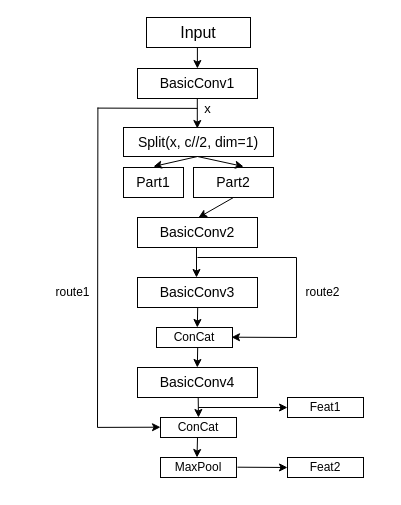
The draw.io diagram yolo-tiny_resblock.drawio in zjie134/blog_pic, before the edit. Source tidied: cells renumbered, new cells numbered last; positions are measured from the earlier drawing's top-left corner, leaving out a move shared by most shapes. Both pictures are drawn from the tidied source at 100%, with x=0, y=0 at pixel (47, 17).
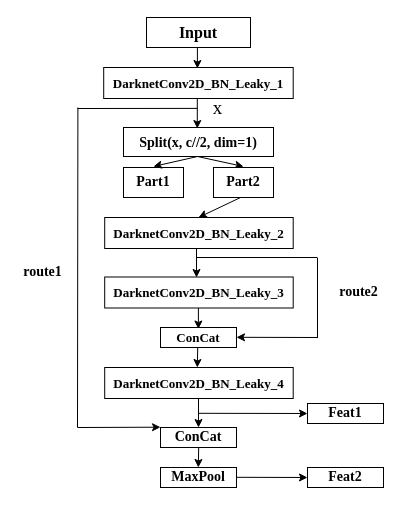
Above is the later version.

The edit, as a diff of the source:
```diff
@@
-    <mxCell id="2" value="&lt;font style=&quot;font-size: 16px&quot;&gt;Input&lt;/font&gt;" style="rounded=0;whiteSpace=wrap;html=1;" parent="1" vertex="1">
+    <mxCell id="2" value="&lt;font style=&quot;font-size: 16px&quot; face=&quot;Times New Roman&quot;&gt;&lt;b&gt;Input&lt;/b&gt;&lt;/font&gt;" style="rounded=0;whiteSpace=wrap;html=1;" parent="1" vertex="1">
       <mxGeometry x="99" width="104" height="30" as="geometry" />
     </mxCell>
-    <mxCell id="3" value="&lt;font style=&quot;font-size: 14px&quot;&gt;BasicConv1&lt;/font&gt;" style="rounded=0;whiteSpace=wrap;html=1;" parent="1" vertex="1">
-      <mxGeometry x="90" y="51" width="120" height="30" as="geometry" />
-    </mxCell>
@@
-    <mxCell id="5" value="&lt;font style=&quot;font-size: 14px&quot;&gt;BasicConv2&lt;/font&gt;" style="rounded=0;whiteSpace=wrap;html=1;" parent="1" vertex="1">
-      <mxGeometry x="90" y="200" width="120" height="30" as="geometry" />
-    </mxCell>
-    <mxCell id="6" value="&lt;span style=&quot;font-size: 14px&quot;&gt;Split(x, c//2, dim=1)&lt;/span&gt;" style="rounded=0;whiteSpace=wrap;html=1;" parent="1" vertex="1">
+    <mxCell id="6" value="&lt;span style=&quot;font-size: 14px&quot;&gt;&lt;b&gt;&lt;font face=&quot;Times New Roman&quot;&gt;Split(x, c//2, dim=1)&lt;/font&gt;&lt;/b&gt;&lt;/span&gt;" style="rounded=0;whiteSpace=wrap;html=1;" parent="1" vertex="1">
       <mxGeometry x="76" y="110" width="150" height="29" as="geometry" />
     </mxCell>
-    <mxCell id="7" value="&lt;font style=&quot;font-size: 13px&quot;&gt;x&lt;/font&gt;" style="text;html=1;align=center;verticalAlign=middle;fillColor=none;strokeColor=none;rounded=0;" parent="1" vertex="1">
-      <mxGeometry x="150" y="81" width="20" height="20" as="geometry" />
+    <mxCell id="7" value="&lt;font style=&quot;font-size: 19px&quot; face=&quot;Times New Roman&quot;&gt;x&lt;/font&gt;" style="text;html=1;align=center;verticalAlign=middle;fillColor=none;strokeColor=none;rounded=0;" parent="1" vertex="1">
+      <mxGeometry x="155" y="81" width="30" height="20" as="geometry" />
     </mxCell>
     <mxCell id="8" style="endArrow=none;html=1;" parent="1" edge="1">
       <mxGeometry relative="1" as="geometry">
-        <mxPoint x="50" y="90.6" as="sourcePoint" />
+        <mxPoint x="30" y="91" as="sourcePoint" />
         <mxPoint x="150" y="90.9" as="targetPoint" />
       </mxGeometry>
     </mxCell>
-    <mxCell id="9" value="&lt;font style=&quot;font-size: 14px&quot;&gt;Part1&lt;/font&gt;" style="rounded=0;whiteSpace=wrap;html=1;" parent="1" vertex="1">
+    <mxCell id="9" value="&lt;font style=&quot;font-size: 14px&quot; face=&quot;Times New Roman&quot;&gt;&lt;b&gt;Part1&lt;/b&gt;&lt;/font&gt;" style="rounded=0;whiteSpace=wrap;html=1;" parent="1" vertex="1">
       <mxGeometry x="76" y="150" width="60" height="30" as="geometry" />
     </mxCell>
-    <mxCell id="10" value="&lt;font style=&quot;font-size: 14px&quot;&gt;Part2&lt;/font&gt;" style="rounded=0;whiteSpace=wrap;html=1;" parent="1" vertex="1">
-      <mxGeometry x="146" y="150" width="80" height="30" as="geometry" />
-    </mxCell>
@@
-    <mxCell id="14" style="endArrow=classic;html=1;exitX=0.5;exitY=1;exitDx=0;exitDy=0;" parent="1" edge="1" source="10">
+    <mxCell id="14" style="endArrow=classic;html=1;exitX=0.5;exitY=1;exitDx=0;exitDy=0;" parent="1" edge="1">
       <mxGeometry relative="1" as="geometry">
+        <mxPoint x="193" y="180" as="sourcePoint" />
         <mxPoint x="151" y="200" as="targetPoint" />
       </mxGeometry>
     </mxCell>
@@
     <mxCell id="16" style="endArrow=none;html=1;" parent="1" edge="1">
       <mxGeometry relative="1" as="geometry">
-        <mxPoint x="150" y="240" as="sourcePoint" />
-        <mxPoint x="249" y="240" as="targetPoint" />
+        <mxPoint x="149" y="240" as="sourcePoint" />
+        <mxPoint x="270" y="240" as="targetPoint" />
       </mxGeometry>
     </mxCell>
-    <mxCell id="17" value="route1" style="text;html=1;align=center;verticalAlign=middle;fillColor=none;strokeColor=none;rounded=0;" parent="1" vertex="1">
-      <mxGeometry y="265" width="50" height="20" as="geometry" />
+    <mxCell id="17" value="&lt;font face=&quot;Times New Roman&quot; size=&quot;1&quot;&gt;&lt;b style=&quot;font-size: 14px&quot;&gt;route1&lt;/b&gt;&lt;/font&gt;" style="text;html=1;align=center;verticalAlign=middle;fillColor=none;strokeColor=none;rounded=0;" parent="1" vertex="1">
+      <mxGeometry x="-30" y="245" width="50" height="20" as="geometry" />
     </mxCell>
-    <mxCell id="18" value="&lt;font style=&quot;font-size: 14px&quot;&gt;BasicConv3&lt;/font&gt;" style="rounded=0;whiteSpace=wrap;html=1;" parent="1" vertex="1">
-      <mxGeometry x="90" y="260" width="120" height="30" as="geometry" />
-    </mxCell>
-    <mxCell id="19" style="endArrow=classic;html=1;" parent="1" edge="1">
-      <mxGeometry relative="1" as="geometry">
-        <mxPoint x="150.2" y="290" as="sourcePoint" />
-        <mxPoint x="149.8" y="310" as="targetPoint" />
-      </mxGeometry>
-    </mxCell>
-    <mxCell id="20" value="&lt;font style=&quot;font-size: 12px&quot;&gt;ConCat&lt;/font&gt;" style="rounded=0;whiteSpace=wrap;html=1;" parent="1" vertex="1">
-      <mxGeometry x="109" y="310" width="76" height="20" as="geometry" />
+    <mxCell id="20" value="&lt;font face=&quot;Times New Roman&quot; size=&quot;1&quot;&gt;&lt;b style=&quot;font-size: 13px&quot;&gt;ConCat&lt;/b&gt;&lt;/font&gt;" style="rounded=0;whiteSpace=wrap;html=1;" parent="1" vertex="1">
+      <mxGeometry x="113" y="310" width="76" height="20" as="geometry" />
     </mxCell>
     <mxCell id="21" style="endArrow=none;html=1;" parent="1" edge="1">
       <mxGeometry relative="1" as="geometry">
-        <mxPoint x="249" y="320" as="sourcePoint" />
-        <mxPoint x="249" y="240" as="targetPoint" />
+        <mxPoint x="270" y="320.5" as="sourcePoint" />
+        <mxPoint x="270" y="240.5" as="targetPoint" />
       </mxGeometry>
     </mxCell>
     <mxCell id="22" style="endArrow=classic;html=1;" parent="1" edge="1">
       <mxGeometry relative="1" as="geometry">
-        <mxPoint x="50" y="409.9" as="sourcePoint" />
+        <mxPoint x="30" y="410" as="sourcePoint" />
         <mxPoint x="113" y="409.7" as="targetPoint" />
         <Array as="points">
           <mxPoint x="113" y="409.7" />
         </Array>
       </mxGeometry>
     </mxCell>
-    <mxCell id="23" value="&lt;font style=&quot;font-size: 14px&quot;&gt;BasicConv4&lt;/font&gt;" style="rounded=0;whiteSpace=wrap;html=1;" parent="1" vertex="1">
-      <mxGeometry x="90" y="350" width="120" height="30" as="geometry" />
-    </mxCell>
@@
-    <mxCell id="25" style="endArrow=classic;html=1;" parent="1" edge="1">
+    <mxCell id="25" style="endArrow=classic;html=1;entryX=0.5;entryY=0;entryDx=0;entryDy=0;" parent="1" edge="1" target="26">
       <mxGeometry relative="1" as="geometry">
-        <mxPoint x="150.7" y="380" as="sourcePoint" />
-        <mxPoint x="151" y="400" as="targetPoint" />
+        <mxPoint x="151" y="380" as="sourcePoint" />
       </mxGeometry>
     </mxCell>
-    <mxCell id="26" value="&lt;font style=&quot;font-size: 12px&quot;&gt;ConCat&lt;/font&gt;" style="rounded=0;whiteSpace=wrap;html=1;" parent="1" vertex="1">
-      <mxGeometry x="113" y="400" width="76" height="20" as="geometry" />
+    <mxCell id="26" value="&lt;font face=&quot;Times New Roman&quot; size=&quot;1&quot;&gt;&lt;b style=&quot;font-size: 14px&quot;&gt;ConCat&lt;/b&gt;&lt;/font&gt;" style="rounded=0;whiteSpace=wrap;html=1;" parent="1" vertex="1">
+      <mxGeometry x="113" y="410" width="76" height="20" as="geometry" />
     </mxCell>
     <mxCell id="27" style="endArrow=none;html=1;" parent="1" edge="1">
       <mxGeometry relative="1" as="geometry">
-        <mxPoint x="50" y="410" as="sourcePoint" />
-        <mxPoint x="50.4" y="90" as="targetPoint" />
+        <mxPoint x="30" y="410" as="sourcePoint" />
+        <mxPoint x="30.4" y="90" as="targetPoint" />
       </mxGeometry>
     </mxCell>
     <mxCell id="28" style="endArrow=classic;html=1;" parent="1" edge="1">
       <mxGeometry relative="1" as="geometry">
-        <mxPoint x="249" y="320" as="sourcePoint" />
-        <mxPoint x="184" y="319.7" as="targetPoint" />
+        <mxPoint x="270" y="320" as="sourcePoint" />
+        <mxPoint x="189" y="319.8" as="targetPoint" />
       </mxGeometry>
     </mxCell>
-    <mxCell id="29" value="route2" style="text;html=1;align=center;verticalAlign=middle;fillColor=none;strokeColor=none;rounded=0;" parent="1" vertex="1">
-      <mxGeometry x="250" y="265" width="50" height="20" as="geometry" />
+    <mxCell id="29" value="&lt;font face=&quot;Times New Roman&quot; style=&quot;font-size: 14px&quot;&gt;&lt;b&gt;route2&lt;/b&gt;&lt;/font&gt;" style="text;html=1;align=center;verticalAlign=middle;fillColor=none;strokeColor=none;rounded=0;" parent="1" vertex="1">
+      <mxGeometry x="286" y="265" width="50" height="20" as="geometry" />
     </mxCell>
-    <mxCell id="30" style="endArrow=classic;html=1;" parent="1" edge="1">
-      <mxGeometry relative="1" as="geometry">
-        <mxPoint x="151" y="390" as="sourcePoint" />
-        <mxPoint x="240" y="390" as="targetPoint" />
-      </mxGeometry>
-    </mxCell>
-    <mxCell id="31" value="&lt;font style=&quot;font-size: 12px&quot;&gt;MaxPool&lt;/font&gt;" style="rounded=0;whiteSpace=wrap;html=1;" parent="1" vertex="1">
-      <mxGeometry x="113" y="440" width="76" height="20" as="geometry" />
+    <mxCell id="31" value="&lt;font style=&quot;font-size: 14px&quot; face=&quot;Times New Roman&quot;&gt;&lt;b&gt;MaxPool&lt;/b&gt;&lt;/font&gt;" style="rounded=0;whiteSpace=wrap;html=1;" parent="1" vertex="1">
+      <mxGeometry x="113" y="450" width="76" height="20" as="geometry" />
     </mxCell>
     <mxCell id="32" style="endArrow=classic;html=1;" parent="1" edge="1">
       <mxGeometry relative="1" as="geometry">
-        <mxPoint x="150" y="420" as="sourcePoint" />
-        <mxPoint x="149.5" y="440" as="targetPoint" />
+        <mxPoint x="151.2" y="430" as="sourcePoint" />
+        <mxPoint x="150.8" y="450" as="targetPoint" />
       </mxGeometry>
     </mxCell>
-    <mxCell id="33" style="endArrow=classic;html=1;" parent="1" edge="1">
+    <mxCell id="33" style="endArrow=classic;html=1;entryX=0;entryY=0.5;entryDx=0;entryDy=0;" parent="1" edge="1" target="35">
       <mxGeometry relative="1" as="geometry">
-        <mxPoint x="190" y="449.7" as="sourcePoint" />
-        <mxPoint x="240" y="450" as="targetPoint" />
+        <mxPoint x="189" y="459.8" as="sourcePoint" />
       </mxGeometry>
     </mxCell>
-    <mxCell id="34" value="&lt;font style=&quot;font-size: 12px&quot;&gt;Feat1&lt;/font&gt;" style="rounded=0;whiteSpace=wrap;html=1;" parent="1" vertex="1">
-      <mxGeometry x="240" y="380" width="76" height="20" as="geometry" />
+    <mxCell id="34" value="&lt;font style=&quot;font-size: 14px&quot; face=&quot;Times New Roman&quot;&gt;&lt;b&gt;Feat1&lt;/b&gt;&lt;/font&gt;" style="rounded=0;whiteSpace=wrap;html=1;" parent="1" vertex="1">
+      <mxGeometry x="260" y="386" width="76" height="20" as="geometry" />
     </mxCell>
-    <mxCell id="35" value="&lt;font style=&quot;font-size: 12px&quot;&gt;Feat2&lt;/font&gt;" style="rounded=0;whiteSpace=wrap;html=1;" parent="1" vertex="1">
-      <mxGeometry x="240" y="440" width="76" height="20" as="geometry" />
+    <mxCell id="35" value="&lt;font style=&quot;font-size: 14px&quot; face=&quot;Times New Roman&quot;&gt;&lt;b&gt;Feat2&lt;/b&gt;&lt;/font&gt;" style="rounded=0;whiteSpace=wrap;html=1;" parent="1" vertex="1">
+      <mxGeometry x="260" y="450" width="76" height="20" as="geometry" />
     </mxCell>
+    <mxCell id="36" value="&lt;span style=&quot;color: rgb(0 , 0 , 0) ; font-style: normal ; letter-spacing: normal ; text-align: center ; text-indent: 0px ; text-transform: none ; word-spacing: 0px ; background-color: rgb(248 , 249 , 250) ; display: inline ; float: none&quot;&gt;&lt;font face=&quot;Times New Roman&quot; size=&quot;1&quot;&gt;&lt;b style=&quot;font-size: 13px&quot;&gt;DarknetConv2D_BN_Leaky_1&lt;/b&gt;&lt;/font&gt;&lt;/span&gt;" style="rounded=0;whiteSpace=wrap;html=1;strokeWidth=1;fontSize=7;" parent="1" vertex="1">
+      <mxGeometry x="56.2" y="50" width="189.5" height="31" as="geometry" />
+    </mxCell>
+    <mxCell id="37" value="&lt;span style=&quot;color: rgb(0 , 0 , 0) ; font-style: normal ; letter-spacing: normal ; text-align: center ; text-indent: 0px ; text-transform: none ; word-spacing: 0px ; background-color: rgb(248 , 249 , 250) ; display: inline ; float: none&quot;&gt;&lt;font face=&quot;Times New Roman&quot; size=&quot;1&quot;&gt;&lt;b style=&quot;font-size: 13px&quot;&gt;DarknetConv2D_BN_Leaky_2&lt;/b&gt;&lt;/font&gt;&lt;/span&gt;" style="rounded=0;whiteSpace=wrap;html=1;strokeWidth=1;fontSize=7;" parent="1" vertex="1">
+      <mxGeometry x="57.2" y="200" width="188.5" height="31" as="geometry" />
+    </mxCell>
+    <mxCell id="38" value="&lt;span style=&quot;color: rgb(0 , 0 , 0) ; font-style: normal ; letter-spacing: normal ; text-align: center ; text-indent: 0px ; text-transform: none ; word-spacing: 0px ; background-color: rgb(248 , 249 , 250) ; display: inline ; float: none&quot;&gt;&lt;font face=&quot;Times New Roman&quot; size=&quot;1&quot;&gt;&lt;b style=&quot;font-size: 13px&quot;&gt;DarknetConv2D_BN_Leaky_3&lt;/b&gt;&lt;/font&gt;&lt;/span&gt;" style="rounded=0;whiteSpace=wrap;html=1;strokeWidth=1;fontSize=7;" parent="1" vertex="1">
+      <mxGeometry x="57.2" y="259.5" width="188.5" height="31" as="geometry" />
+    </mxCell>
+    <mxCell id="39" value="&lt;span style=&quot;color: rgb(0 , 0 , 0) ; font-style: normal ; letter-spacing: normal ; text-align: center ; text-indent: 0px ; text-transform: none ; word-spacing: 0px ; background-color: rgb(248 , 249 , 250) ; display: inline ; float: none&quot;&gt;&lt;font face=&quot;Times New Roman&quot; size=&quot;1&quot;&gt;&lt;b style=&quot;font-size: 13px&quot;&gt;DarknetConv2D_BN_Leaky_4&lt;/b&gt;&lt;/font&gt;&lt;/span&gt;" style="rounded=0;whiteSpace=wrap;html=1;strokeWidth=1;fontSize=7;" parent="1" vertex="1">
+      <mxGeometry x="57.2" y="350" width="188.5" height="31" as="geometry" />
+    </mxCell>
+    <mxCell id="10" value="&lt;font style=&quot;font-size: 14px&quot; face=&quot;Times New Roman&quot;&gt;&lt;b&gt;Part2&lt;/b&gt;&lt;/font&gt;" style="rounded=0;whiteSpace=wrap;html=1;" parent="1" vertex="1">
+      <mxGeometry x="166" y="150" width="60" height="30" as="geometry" />
+    </mxCell>
+    <mxCell id="40" style="endArrow=classic;html=1;" parent="1" edge="1">
+      <mxGeometry relative="1" as="geometry">
+        <mxPoint x="150.9" y="290.5" as="sourcePoint" />
+        <mxPoint x="150.9" y="311.5" as="targetPoint" />
+      </mxGeometry>
+    </mxCell>
+    <mxCell id="41" style="endArrow=classic;html=1;entryX=0;entryY=0.5;entryDx=0;entryDy=0;" parent="1" edge="1" target="34">
+      <mxGeometry relative="1" as="geometry">
+        <mxPoint x="151" y="395.8" as="sourcePoint" />
+      </mxGeometry>
+    </mxCell>
```
